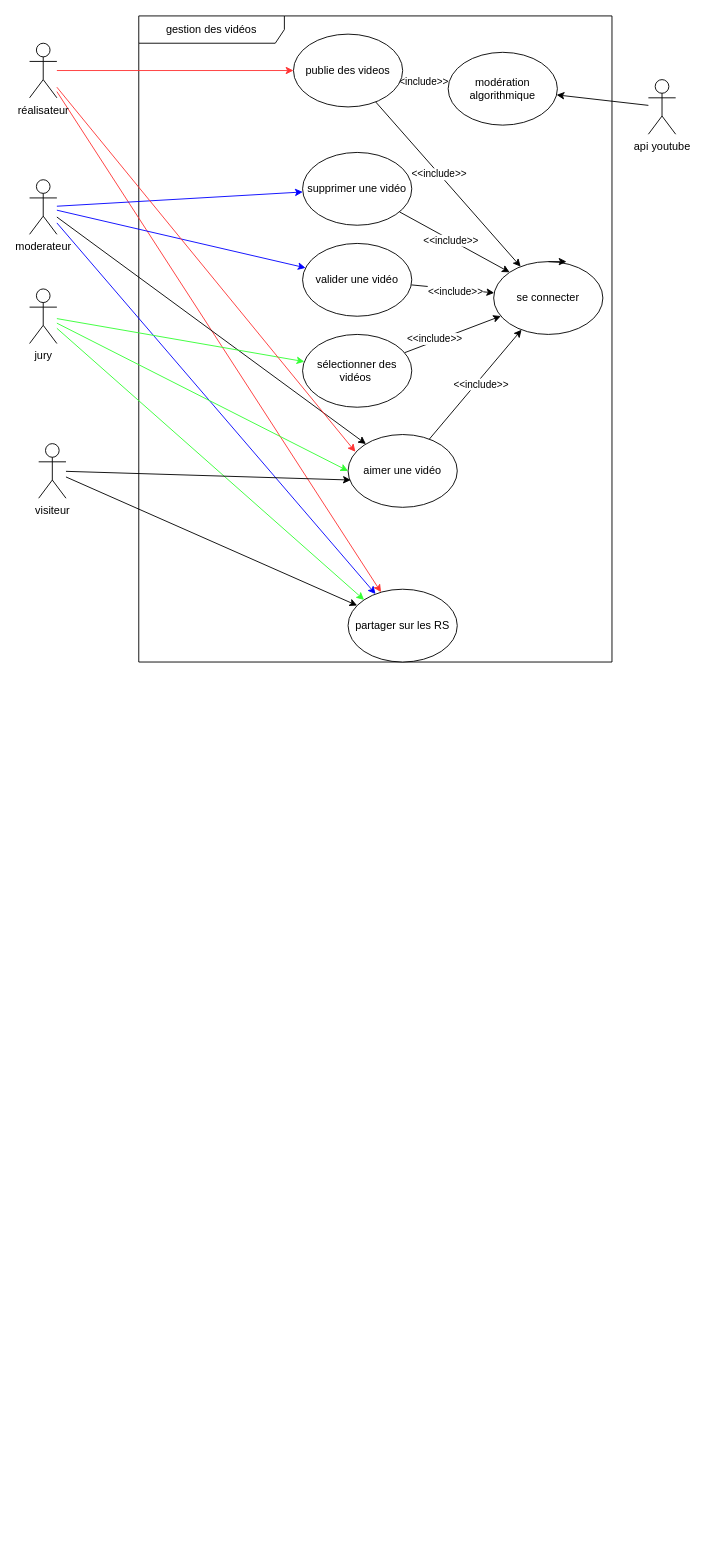
This is page "gestion_video" (2 of 2) of docs/Mars IA app.drawio from Gaetan1303/ProjectFestivalIA, a draw.io file, before an edit. Source tidied: cells renumbered, new cells numbered last; positions are measured from the earlier drawing's top-left corner, leaving out a move shared by most shapes. Both pictures are drawn from the tidied source at 91%, with x=0, y=0 at pixel (29, 15).
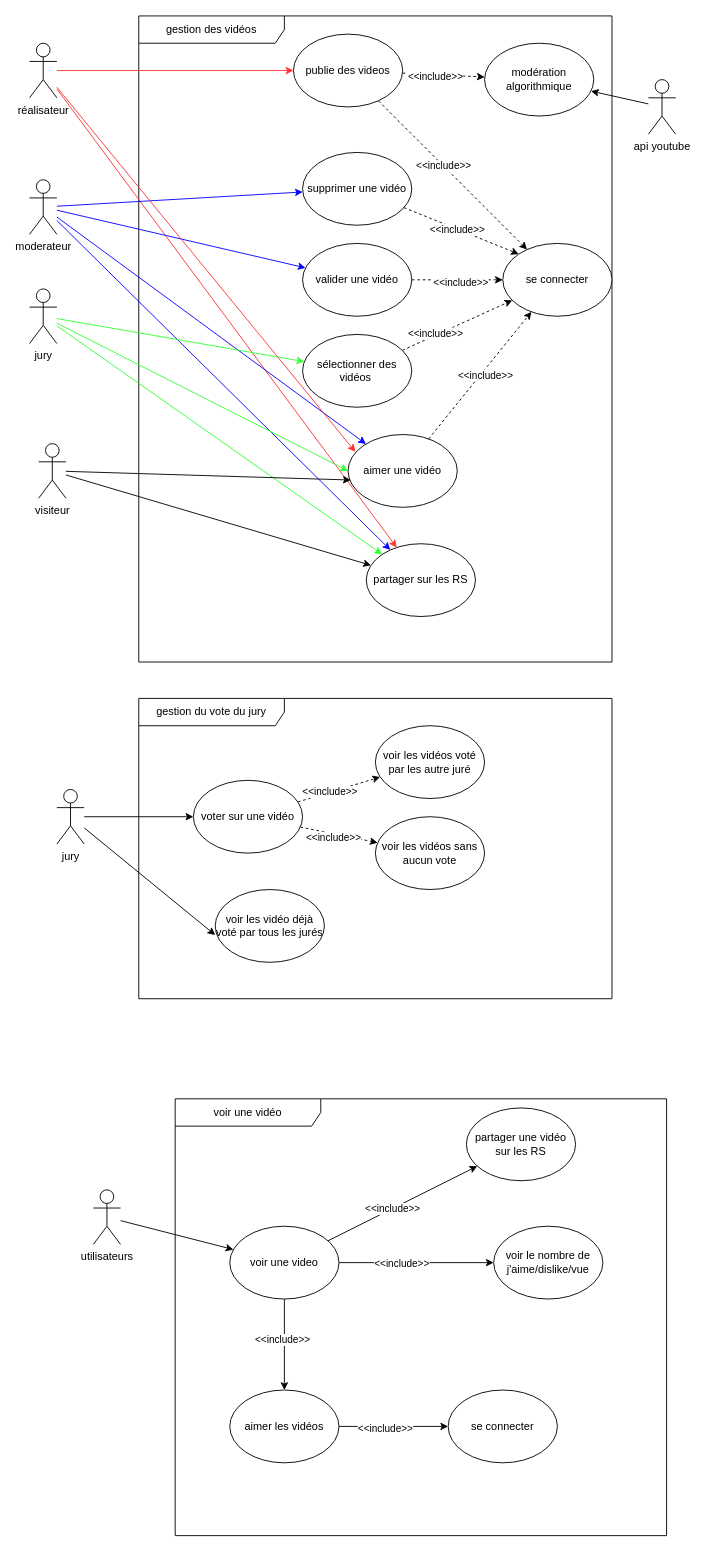
The same diagram, later.

Unchanged cells that the change refers to:
```xml
<mxCell id="2" value="gestion des vidéos" style="shape=umlFrame;whiteSpace=wrap;html=1;width=160;" parent="1" vertex="1">
  <mxGeometry x="120" width="520" height="710" as="geometry" />
</mxCell>
<mxCell id="7" value="publie des videos" style="ellipse;whiteSpace=wrap;html=1;" parent="2" vertex="1">
  <mxGeometry x="170" y="20" width="120" height="80" as="geometry" />
</mxCell>
<mxCell id="11" value="supprimer une vidéo" style="ellipse;whiteSpace=wrap;html=1;" parent="2" vertex="1">
  <mxGeometry x="180" y="150" width="120" height="80" as="geometry" />
</mxCell>
<mxCell id="14" value="valider une vidéo" style="ellipse;whiteSpace=wrap;html=1;" parent="2" vertex="1">
  <mxGeometry x="180" y="250" width="120" height="80" as="geometry" />
</mxCell>
<mxCell id="17" value="sélectionner des vidéos&amp;nbsp;" style="ellipse;whiteSpace=wrap;html=1;" parent="2" vertex="1">
  <mxGeometry x="180" y="350" width="120" height="80" as="geometry" />
</mxCell>
<mxCell id="20" value="aimer une vidéo" style="ellipse;whiteSpace=wrap;html=1;" parent="2" vertex="1">
  <mxGeometry x="230" y="460" width="120" height="80" as="geometry" />
</mxCell>
<mxCell id="31" value="&lt;div&gt;moderateur&lt;/div&gt;&lt;div&gt;&lt;br&gt;&lt;/div&gt;" style="shape=umlActor;verticalLabelPosition=bottom;verticalAlign=top;html=1;outlineConnect=0;" parent="1" vertex="1">
  <mxGeometry y="180" width="30" height="60" as="geometry" />
</mxCell>
```

What changed in the source:
```diff
@@
-    <mxCell id="3" style="rounded=0;jettySize=auto;html=1;" parent="2" edge="1" source="7" target="8">
+    <mxCell id="3" style="rounded=0;jettySize=auto;html=1;dashed=1;" parent="2" edge="1" source="7" target="8">
       <mxGeometry relative="1" as="geometry" />
     </mxCell>
@@
-    <mxCell id="5" style="rounded=0;jettySize=auto;html=1;" parent="2" edge="1" source="7" target="22">
+    <mxCell id="5" style="rounded=0;jettySize=auto;html=1;dashed=1;" parent="2" edge="1" source="7" target="22">
       <mxGeometry relative="1" as="geometry" />
     </mxCell>
@@
     <mxCell id="8" value="modération algorithmique" style="ellipse;whiteSpace=wrap;html=1;" parent="2" vertex="1">
-      <mxGeometry x="340" y="40" width="120" height="80" as="geometry" />
+      <mxGeometry x="380" y="30" width="120" height="80" as="geometry" />
     </mxCell>
-    <mxCell id="9" style="rounded=0;jettySize=auto;html=1;entryX=0;entryY=0;entryDx=0;entryDy=0;" parent="2" edge="1" source="11" target="22">
+    <mxCell id="9" style="rounded=0;jettySize=auto;html=1;entryX=0;entryY=0;entryDx=0;entryDy=0;dashed=1;" parent="2" edge="1" source="11" target="22">
       <mxGeometry relative="1" as="geometry" />
     </mxCell>
@@
-    <mxCell id="12" style="rounded=0;jettySize=auto;html=1;" parent="2" edge="1" source="14" target="22">
+    <mxCell id="12" style="rounded=0;jettySize=auto;html=1;dashed=1;" parent="2" edge="1" source="14" target="22">
       <mxGeometry relative="1" as="geometry" />
     </mxCell>
@@
-    <mxCell id="15" style="rounded=0;jettySize=auto;html=1;" parent="2" edge="1" source="17" target="22">
+    <mxCell id="15" style="rounded=0;jettySize=auto;html=1;dashed=1;" parent="2" edge="1" source="17" target="22">
       <mxGeometry relative="1" as="geometry" />
     </mxCell>
@@
-    <mxCell id="18" style="rounded=0;jettySize=auto;html=1;" parent="2" edge="1" source="20" target="22">
+    <mxCell id="18" style="rounded=0;jettySize=auto;html=1;dashed=1;" parent="2" edge="1" source="20" target="22">
       <mxGeometry relative="1" as="geometry" />
     </mxCell>
@@
     <mxCell id="21" value="partager sur les RS" style="ellipse;whiteSpace=wrap;html=1;" parent="2" vertex="1">
-      <mxGeometry x="230" y="630" width="120" height="80" as="geometry" />
+      <mxGeometry x="250" y="580" width="120" height="80" as="geometry" />
     </mxCell>
     <mxCell id="22" value="se connecter" style="ellipse;whiteSpace=wrap;html=1;" parent="2" vertex="1">
-      <mxGeometry x="390" y="270" width="120" height="80" as="geometry" />
+      <mxGeometry x="400" y="250" width="120" height="80" as="geometry" />
     </mxCell>
-    <mxCell id="23" style="edgeStyle=orthogonalEdgeStyle;rounded=0;orthogonalLoop=1;jettySize=auto;html=1;exitX=0.5;exitY=0;exitDx=0;exitDy=0;entryX=0.667;entryY=0;entryDx=0;entryDy=0;entryPerimeter=0;" parent="2" edge="1" source="22" target="22">
-      <mxGeometry relative="1" as="geometry" />
-    </mxCell>
@@
-    <mxCell id="29" style="rounded=0;jettySize=auto;html=1;strokeColor=default;" parent="1" edge="1" source="31" target="20">
+    <mxCell id="29" style="rounded=0;jettySize=auto;html=1;strokeColor=#0000FF;" parent="1" edge="1" source="31" target="20">
       <mxGeometry relative="1" as="geometry" />
     </mxCell>
@@
+    <mxCell id="43" value="gestion du vote du jury" style="shape=umlFrame;whiteSpace=wrap;html=1;width=160;" parent="1" vertex="1">
+      <mxGeometry x="120" y="750" width="520" height="330" as="geometry" />
+    </mxCell>
+    <mxCell id="44" style="rounded=0;jettySize=auto;html=1;dashed=1;" parent="43" edge="1" source="48" target="49">
+      <mxGeometry relative="1" as="geometry" />
+    </mxCell>
+    <mxCell id="45" value="&amp;lt;&amp;lt;include&amp;gt;&amp;gt;" style="edgeLabel;html=1;align=center;verticalAlign=middle;" parent="44" vertex="1">
+      <mxGeometry x="-0.22" y="1" relative="1" as="geometry" />
+    </mxCell>
+    <mxCell id="46" style="rounded=0;jettySize=auto;html=1;dashed=1;" parent="43" edge="1" source="48" target="50">
+      <mxGeometry relative="1" as="geometry" />
+    </mxCell>
+    <mxCell id="47" value="&amp;lt;&amp;lt;include&amp;gt;&amp;gt;" style="edgeLabel;html=1;align=center;verticalAlign=middle;" parent="46" vertex="1">
+      <mxGeometry x="-0.12" y="-4" relative="1" as="geometry" />
+    </mxCell>
+    <mxCell id="48" value="&lt;div&gt;voter sur une vidéo&lt;/div&gt;" style="ellipse;whiteSpace=wrap;html=1;" parent="43" vertex="1">
+      <mxGeometry x="60" y="90" width="120" height="80" as="geometry" />
+    </mxCell>
+    <mxCell id="49" value="voir les vidéos voté par les autre juré" style="ellipse;whiteSpace=wrap;html=1;" parent="43" vertex="1">
+      <mxGeometry x="260" y="30" width="120" height="80" as="geometry" />
+    </mxCell>
+    <mxCell id="50" value="voir les vidéos sans aucun vote" style="ellipse;whiteSpace=wrap;html=1;" parent="43" vertex="1">
+      <mxGeometry x="260" y="130" width="120" height="80" as="geometry" />
+    </mxCell>
+    <mxCell id="51" value="voir les vidéo déjà voté par tous les jurés" style="ellipse;whiteSpace=wrap;html=1;" parent="43" vertex="1">
+      <mxGeometry x="84" y="210" width="120" height="80" as="geometry" />
+    </mxCell>
+    <mxCell id="52" style="edgeStyle=orthogonalEdgeStyle;rounded=0;jettySize=auto;html=1;" parent="1" edge="1" source="53" target="48">
+      <mxGeometry relative="1" as="geometry" />
+    </mxCell>
+    <mxCell id="53" value="&lt;div&gt;jury&lt;/div&gt;&lt;div&gt;&lt;br&gt;&lt;/div&gt;" style="shape=umlActor;verticalLabelPosition=bottom;verticalAlign=top;html=1;outlineConnect=0;" parent="1" vertex="1">
+      <mxGeometry x="30" y="850" width="30" height="60" as="geometry" />
+    </mxCell>
+    <mxCell id="54" style="rounded=0;jettySize=auto;html=1;entryX=0;entryY=0.625;entryDx=0;entryDy=0;entryPerimeter=0;" parent="1" edge="1" source="53" target="51">
+      <mxGeometry relative="1" as="geometry" />
+    </mxCell>
+    <mxCell id="55" value="voir une vidéo" style="shape=umlFrame;whiteSpace=wrap;html=1;width=160;" parent="1" vertex="1">
+      <mxGeometry x="160" y="1190" width="540" height="480" as="geometry" />
+    </mxCell>
+    <mxCell id="56" value="partager une vidéo sur les RS" style="ellipse;whiteSpace=wrap;html=1;" parent="55" vertex="1">
+      <mxGeometry x="320" y="10" width="120" height="80" as="geometry" />
+    </mxCell>
+    <mxCell id="57" style="edgeStyle=orthogonalEdgeStyle;rounded=0;jettySize=auto;html=1;" parent="55" edge="1" source="59" target="61">
+      <mxGeometry relative="1" as="geometry" />
+    </mxCell>
+    <mxCell id="58" value="&amp;lt;&amp;lt;include&amp;gt;&amp;gt;" style="edgeLabel;html=1;align=center;verticalAlign=middle;" parent="57" vertex="1">
+      <mxGeometry x="-0.16" y="-2" relative="1" as="geometry" />
+    </mxCell>
+    <mxCell id="59" value="aimer les vidéos" style="ellipse;whiteSpace=wrap;html=1;" parent="55" vertex="1">
+      <mxGeometry x="60" y="320" width="120" height="80" as="geometry" />
+    </mxCell>
+    <mxCell id="60" value="&lt;div&gt;voir le nombre de j'aime/dislike/vue&lt;/div&gt;" style="ellipse;whiteSpace=wrap;html=1;" parent="55" vertex="1">
+      <mxGeometry x="350" y="140" width="120" height="80" as="geometry" />
+    </mxCell>
+    <mxCell id="61" value="se connecter" style="ellipse;whiteSpace=wrap;html=1;" parent="55" vertex="1">
+      <mxGeometry x="300" y="320" width="120" height="80" as="geometry" />
+    </mxCell>
+    <mxCell id="62" style="edgeStyle=orthogonalEdgeStyle;rounded=0;jettySize=auto;html=1;" parent="55" edge="1" source="68" target="59">
+      <mxGeometry relative="1" as="geometry" />
+    </mxCell>
+    <mxCell id="63" value="&amp;lt;&amp;lt;include&amp;gt;&amp;gt;" style="edgeLabel;html=1;align=center;verticalAlign=middle;" parent="62" vertex="1">
+      <mxGeometry x="-0.12" y="-3" relative="1" as="geometry" />
+    </mxCell>
+    <mxCell id="64" style="edgeStyle=orthogonalEdgeStyle;rounded=0;jettySize=auto;html=1;" parent="55" edge="1" source="68" target="60">
+      <mxGeometry relative="1" as="geometry" />
+    </mxCell>
+    <mxCell id="65" value="&amp;lt;&amp;lt;include&amp;gt;&amp;gt;" style="edgeLabel;html=1;align=center;verticalAlign=middle;" parent="64" vertex="1">
+      <mxGeometry x="-0.2" relative="1" as="geometry" />
+    </mxCell>
+    <mxCell id="66" style="rounded=0;jettySize=auto;html=1;" parent="55" edge="1" source="68" target="56">
+      <mxGeometry relative="1" as="geometry" />
+    </mxCell>
+    <mxCell id="67" value="&amp;lt;&amp;lt;include&amp;gt;&amp;gt;" style="edgeLabel;html=1;align=center;verticalAlign=middle;" parent="66" vertex="1">
+      <mxGeometry x="-0.13" relative="1" as="geometry">
+        <mxPoint x="-1" as="offset" />
+      </mxGeometry>
+    </mxCell>
+    <mxCell id="68" value="voir une video" style="ellipse;whiteSpace=wrap;html=1;" parent="55" vertex="1">
+      <mxGeometry x="60" y="140" width="120" height="80" as="geometry" />
+    </mxCell>
+    <mxCell id="69" style="rounded=0;jettySize=auto;html=1;" parent="1" edge="1" source="70" target="68">
+      <mxGeometry relative="1" as="geometry" />
+    </mxCell>
+    <mxCell id="70" value="&lt;div&gt;utilisateurs&lt;/div&gt;&lt;div&gt;&lt;br&gt;&lt;/div&gt;" style="shape=umlActor;verticalLabelPosition=bottom;verticalAlign=top;html=1;outlineConnect=0;" parent="1" vertex="1">
+      <mxGeometry x="70" y="1290" width="30" height="60" as="geometry" />
+    </mxCell>
```
